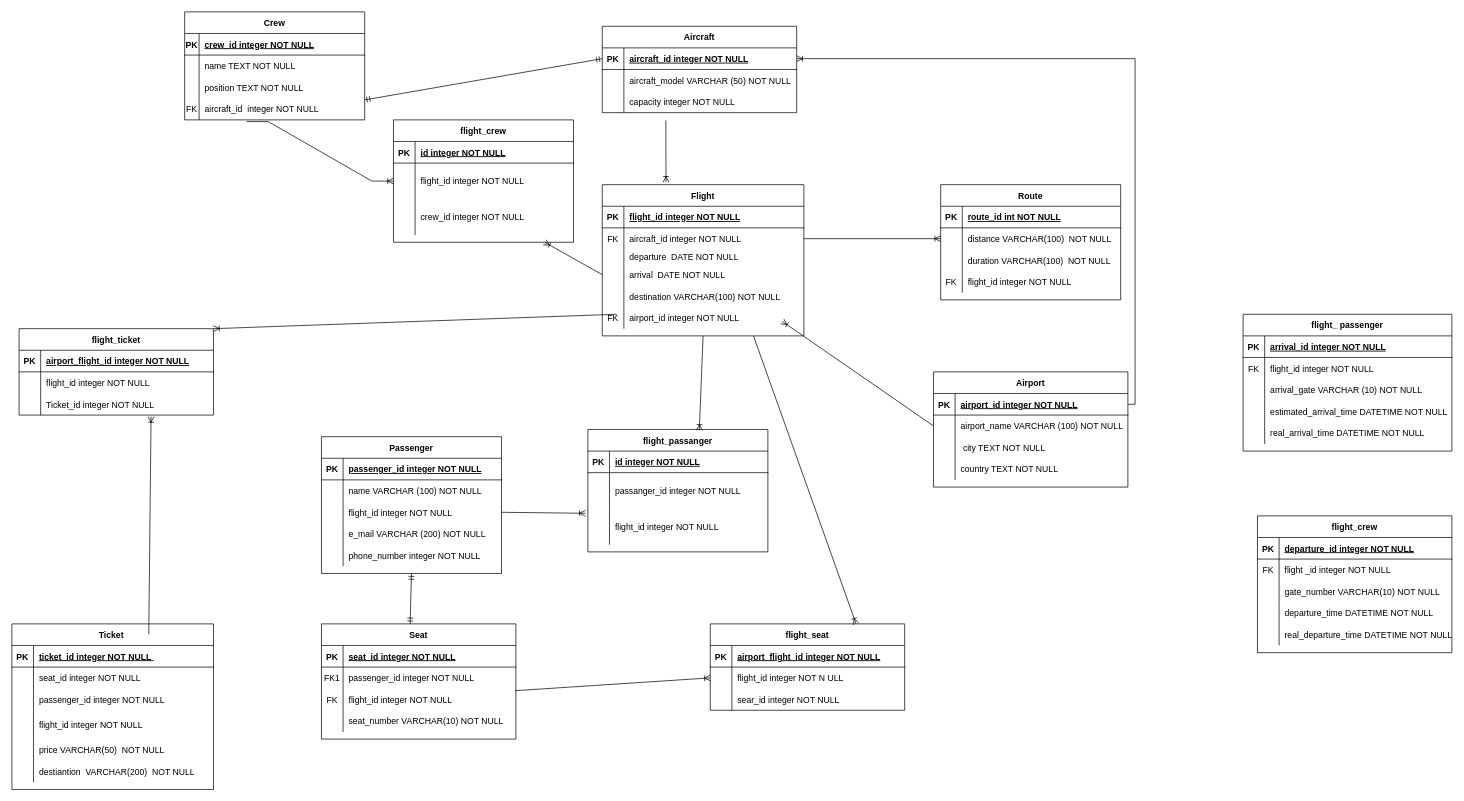
Earlier version of the draw.io diagram model_conceptual.drawio (vladmagosin/examen_sem_1_db). Source tidied: cells renumbered, new cells numbered last; positions are measured from the earlier drawing's top-left corner, leaving out a move shared by most shapes. Both pictures are drawn from the tidied source at 72%, with x=0, y=0 at pixel (12, 12).
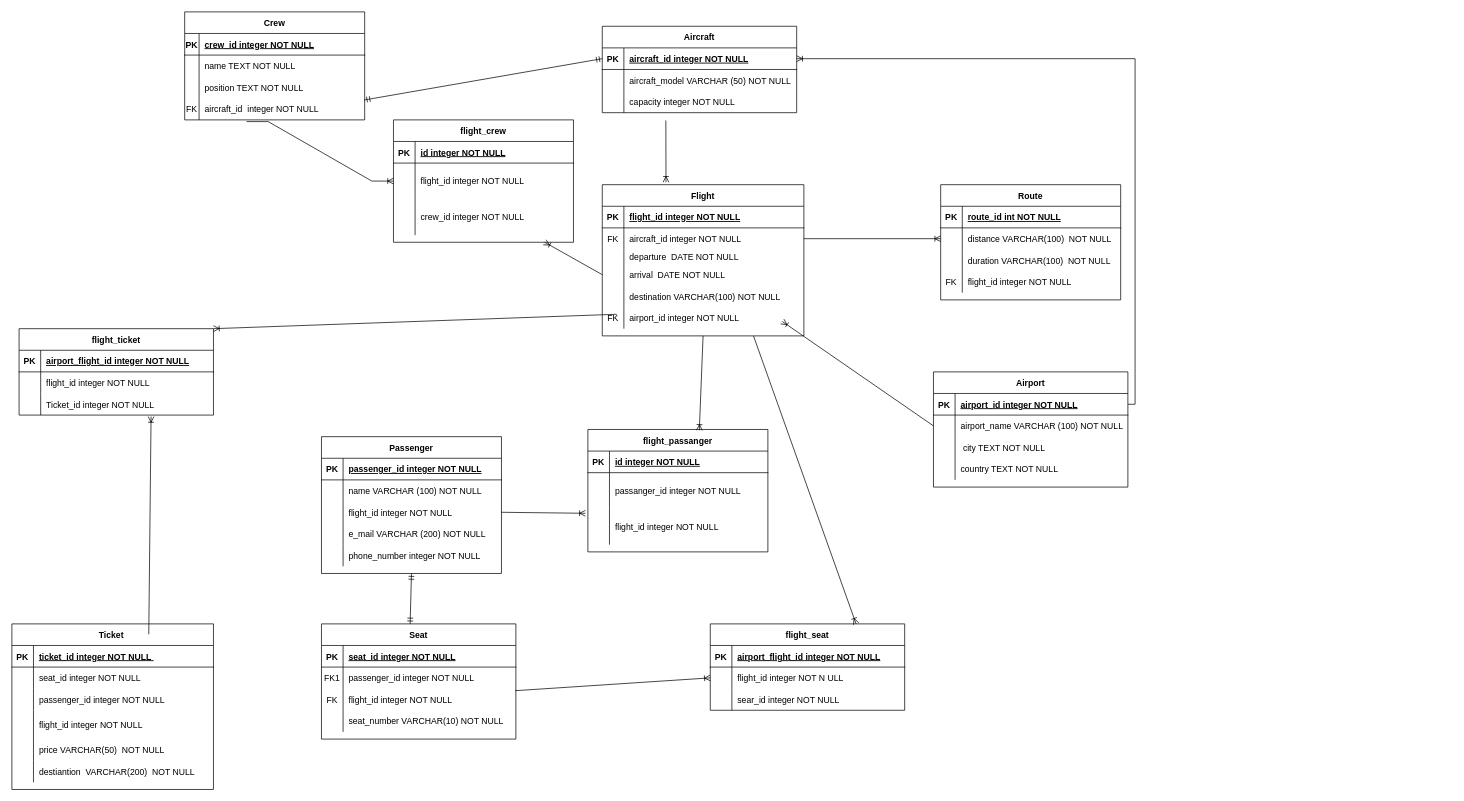
The same diagram, later.

What changed in the source:
```diff
@@
-    <mxCell id="109" value="flight_crew" style="shape=table;startSize=30;childLayout=tableLayout;rowLines=0;fontStyle=1;align=center;" parent="1" vertex="1">
-      <mxGeometry x="1730" y="700" width="270" height="190" as="geometry" />
-    </mxCell>
-    <mxCell id="110" style="shape=partialRectangle;fillColor=none;top=0;left=0;right=0;bottom=1;" parent="109" vertex="1">
-      <mxGeometry y="30" width="270" height="30" as="geometry" />
-    </mxCell>
-    <mxCell id="111" value="PK" style="shape=partialRectangle;overflow=hidden;fillColor=none;top=0;left=0;bottom=0;right=0;fontStyle=1;" parent="110" vertex="1">
-      <mxGeometry width="30" height="30" as="geometry" />
-    </mxCell>
-    <mxCell id="112" value="departure_id integer NOT NULL " style="shape=partialRectangle;overflow=hidden;fillColor=none;top=0;left=0;bottom=0;right=0;align=left;spacingLeft=6;fontStyle=5;" parent="110" vertex="1">
-      <mxGeometry x="30" width="240" height="30" as="geometry" />
-    </mxCell>
-    <mxCell id="113" style="shape=partialRectangle;fillColor=none;top=0;left=0;right=0;bottom=0;" parent="109" vertex="1">
-      <mxGeometry y="60" width="270" height="30" as="geometry" />
-    </mxCell>
-    <mxCell id="114" value="FK" style="shape=partialRectangle;overflow=hidden;fillColor=none;top=0;left=0;bottom=0;right=0;" parent="113" vertex="1">
-      <mxGeometry width="30" height="30" as="geometry" />
-    </mxCell>
-    <mxCell id="115" value="flight _id integer NOT NULL " style="shape=partialRectangle;overflow=hidden;fillColor=none;top=0;left=0;bottom=0;right=0;align=left;spacingLeft=6;" parent="113" vertex="1">
-      <mxGeometry x="30" width="240" height="30" as="geometry" />
-    </mxCell>
-    <mxCell id="116" style="shape=partialRectangle;fillColor=none;top=0;left=0;right=0;bottom=0;" parent="109" vertex="1">
-      <mxGeometry y="90" width="270" height="30" as="geometry" />
-    </mxCell>
-    <mxCell id="117" style="shape=partialRectangle;overflow=hidden;fillColor=none;top=0;left=0;bottom=0;right=0;" parent="116" vertex="1">
-      <mxGeometry width="30" height="30" as="geometry" />
-    </mxCell>
-    <mxCell id="118" value="gate_number VARCHAR(10) NOT NULL " style="shape=partialRectangle;overflow=hidden;fillColor=none;top=0;left=0;bottom=0;right=0;align=left;spacingLeft=6;" parent="116" vertex="1">
-      <mxGeometry x="30" width="240" height="30" as="geometry" />
-    </mxCell>
-    <mxCell id="119" style="shape=partialRectangle;fillColor=none;top=0;left=0;right=0;bottom=0;" parent="109" vertex="1">
-      <mxGeometry y="120" width="270" height="30" as="geometry" />
-    </mxCell>
-    <mxCell id="120" style="shape=partialRectangle;overflow=hidden;fillColor=none;top=0;left=0;bottom=0;right=0;" parent="119" vertex="1">
-      <mxGeometry width="30" height="30" as="geometry" />
-    </mxCell>
-    <mxCell id="121" value="departure_time DATETIME NOT NULL " style="shape=partialRectangle;overflow=hidden;fillColor=none;top=0;left=0;bottom=0;right=0;align=left;spacingLeft=6;" parent="119" vertex="1">
-      <mxGeometry x="30" width="240" height="30" as="geometry" />
-    </mxCell>
-    <mxCell id="122" style="shape=partialRectangle;fillColor=none;top=0;left=0;right=0;bottom=0;" parent="109" vertex="1">
-      <mxGeometry y="150" width="270" height="30" as="geometry" />
-    </mxCell>
-    <mxCell id="123" style="shape=partialRectangle;overflow=hidden;fillColor=none;top=0;left=0;bottom=0;right=0;" parent="122" vertex="1">
-      <mxGeometry width="30" height="30" as="geometry" />
-    </mxCell>
-    <mxCell id="124" value="real_departure_time DATETIME NOT NULL" style="shape=partialRectangle;overflow=hidden;fillColor=none;top=0;left=0;bottom=0;right=0;align=left;spacingLeft=6;" parent="122" vertex="1">
-      <mxGeometry x="30" width="240" height="30" as="geometry" />
-    </mxCell>
-    <mxCell id="125" value="flight_ passenger" style="shape=table;startSize=30;childLayout=tableLayout;rowLines=0;fontStyle=1;align=center;" parent="1" vertex="1">
-      <mxGeometry x="1710" y="420" width="290" height="190" as="geometry" />
-    </mxCell>
-    <mxCell id="126" style="shape=partialRectangle;fillColor=none;top=0;left=0;right=0;bottom=1;" parent="125" vertex="1">
-      <mxGeometry y="30" width="290" height="30" as="geometry" />
-    </mxCell>
-    <mxCell id="127" value="PK" style="shape=partialRectangle;overflow=hidden;fillColor=none;top=0;left=0;bottom=0;right=0;fontStyle=1;" parent="126" vertex="1">
-      <mxGeometry width="30" height="30" as="geometry" />
-    </mxCell>
-    <mxCell id="128" value="arrival_id integer NOT NULL " style="shape=partialRectangle;overflow=hidden;fillColor=none;top=0;left=0;bottom=0;right=0;align=left;spacingLeft=6;fontStyle=5;" parent="126" vertex="1">
-      <mxGeometry x="30" width="260" height="30" as="geometry" />
-    </mxCell>
-    <mxCell id="129" style="shape=partialRectangle;fillColor=none;top=0;left=0;right=0;bottom=0;" parent="125" vertex="1">
-      <mxGeometry y="60" width="290" height="30" as="geometry" />
-    </mxCell>
-    <mxCell id="130" value="FK" style="shape=partialRectangle;overflow=hidden;fillColor=none;top=0;left=0;bottom=0;right=0;" parent="129" vertex="1">
-      <mxGeometry width="30" height="30" as="geometry" />
-    </mxCell>
-    <mxCell id="131" value="flight_id integer NOT NULL " style="shape=partialRectangle;overflow=hidden;fillColor=none;top=0;left=0;bottom=0;right=0;align=left;spacingLeft=6;" parent="129" vertex="1">
-      <mxGeometry x="30" width="260" height="30" as="geometry" />
-    </mxCell>
-    <mxCell id="132" style="shape=partialRectangle;fillColor=none;top=0;left=0;right=0;bottom=0;" parent="125" vertex="1">
-      <mxGeometry y="90" width="290" height="30" as="geometry" />
-    </mxCell>
-    <mxCell id="133" style="shape=partialRectangle;overflow=hidden;fillColor=none;top=0;left=0;bottom=0;right=0;" parent="132" vertex="1">
-      <mxGeometry width="30" height="30" as="geometry" />
-    </mxCell>
-    <mxCell id="134" value="arrival_gate VARCHAR (10) NOT NULL " style="shape=partialRectangle;overflow=hidden;fillColor=none;top=0;left=0;bottom=0;right=0;align=left;spacingLeft=6;" parent="132" vertex="1">
-      <mxGeometry x="30" width="260" height="30" as="geometry" />
-    </mxCell>
-    <mxCell id="135" style="shape=partialRectangle;fillColor=none;top=0;left=0;right=0;bottom=0;" parent="125" vertex="1">
-      <mxGeometry y="120" width="290" height="30" as="geometry" />
-    </mxCell>
-    <mxCell id="136" style="shape=partialRectangle;overflow=hidden;fillColor=none;top=0;left=0;bottom=0;right=0;" parent="135" vertex="1">
-      <mxGeometry width="30" height="30" as="geometry" />
-    </mxCell>
-    <mxCell id="137" value="estimated_arrival_time DATETIME NOT NULL" style="shape=partialRectangle;overflow=hidden;fillColor=none;top=0;left=0;bottom=0;right=0;align=left;spacingLeft=6;" parent="135" vertex="1">
-      <mxGeometry x="30" width="260" height="30" as="geometry" />
-    </mxCell>
-    <mxCell id="138" style="shape=partialRectangle;fillColor=none;top=0;left=0;right=0;bottom=0;" parent="125" vertex="1">
-      <mxGeometry y="150" width="290" height="30" as="geometry" />
-    </mxCell>
-    <mxCell id="139" style="shape=partialRectangle;overflow=hidden;fillColor=none;top=0;left=0;bottom=0;right=0;" parent="138" vertex="1">
-      <mxGeometry width="30" height="30" as="geometry" />
-    </mxCell>
-    <mxCell id="140" value="real_arrival_time DATETIME NOT NULL " style="shape=partialRectangle;overflow=hidden;fillColor=none;top=0;left=0;bottom=0;right=0;align=left;spacingLeft=6;" parent="138" vertex="1">
-      <mxGeometry x="30" width="260" height="30" as="geometry" />
-    </mxCell>
```
